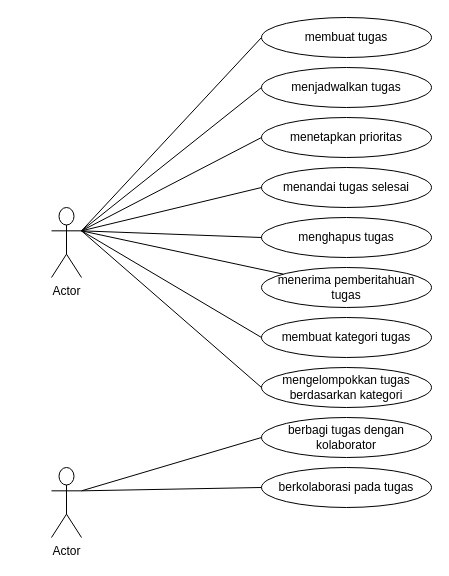
Before: Diagram Tanpa Judul.drawio in windayani18/jarkom, a draw.io diagram. Source tidied: cells renumbered, new cells numbered last; positions are measured from the earlier drawing's top-left corner, leaving out a move shared by most shapes. Both pictures are drawn from the tidied source at 100%, with x=0, y=0 at pixel (51, 17).
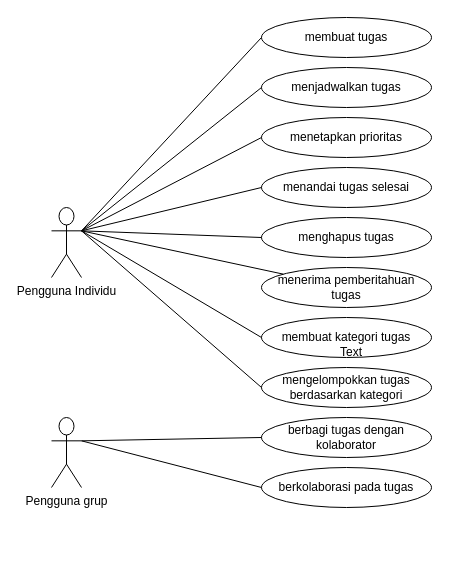
Above is the later version.

What changed in the source:
```diff
@@
-    <mxCell id="2" value="Actor" style="shape=umlActor;verticalLabelPosition=bottom;verticalAlign=top;html=1;outlineConnect=0;" parent="1" vertex="1">
+    <mxCell id="2" value="&lt;font style=&quot;font-size: 12px;&quot;&gt;Pengguna Individu&lt;/font&gt;" style="shape=umlActor;verticalLabelPosition=bottom;verticalAlign=top;html=1;outlineConnect=0;" parent="1" vertex="1">
       <mxGeometry y="190" width="30" height="70" as="geometry" />
     </mxCell>
@@
-    <mxCell id="13" value="Actor" style="shape=umlActor;verticalLabelPosition=bottom;verticalAlign=top;html=1;outlineConnect=0;" parent="1" vertex="1">
-      <mxGeometry y="450" width="30" height="70" as="geometry" />
+    <mxCell id="13" value="Pengguna grup" style="shape=umlActor;verticalLabelPosition=bottom;verticalAlign=top;html=1;outlineConnect=0;" parent="1" vertex="1">
+      <mxGeometry y="400" width="30" height="70" as="geometry" />
     </mxCell>
@@
+    <mxCell id="24" value="Text" style="text;html=1;strokeColor=none;fillColor=none;align=center;verticalAlign=middle;whiteSpace=wrap;rounded=0;" parent="1" vertex="1">
+      <mxGeometry x="270" y="320" width="60" height="30" as="geometry" />
+    </mxCell>
```
